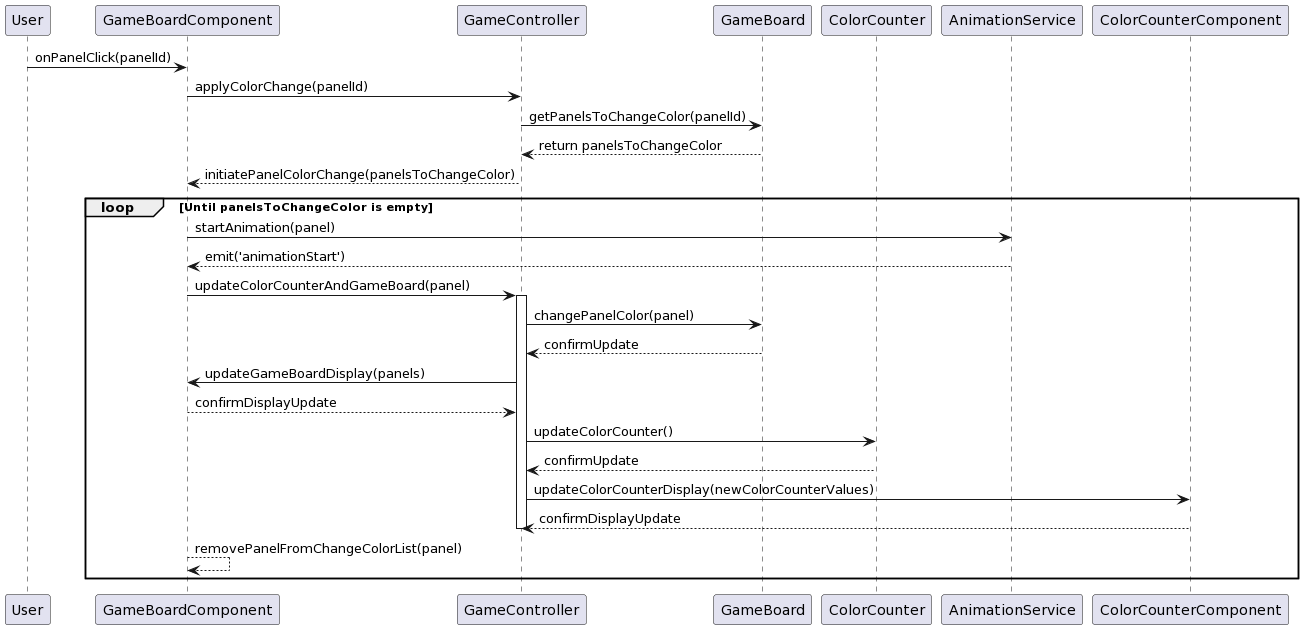
AkamatsuYuu1987/TS-Attack25 keeps this PlantUML diagram as docs/GamePlayInteractionFlow.png. Above is the earlier version.
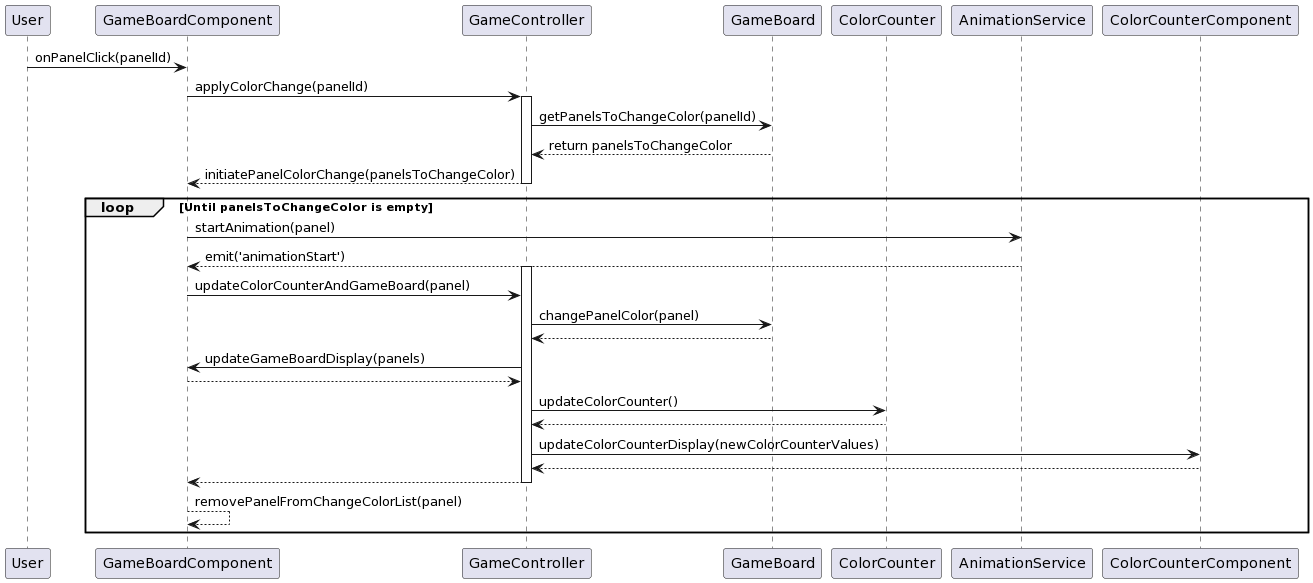
Later version of the same file.

Commit message:
不要なアクションを削除

What changed in the source:
```diff
@@ -9,22 +9,25 @@
 
 User -> GameBoardComponent : onPanelClick(panelId)
 GameBoardComponent -> GameController : applyColorChange(panelId)
+activate GameController
 GameController -> GameBoard : getPanelsToChangeColor(panelId)
 GameBoard --> GameController : return panelsToChangeColor
 GameController --> GameBoardComponent : initiatePanelColorChange(panelsToChangeColor)
+deactivate GameController
 loop Until panelsToChangeColor is empty
     GameBoardComponent -> AnimationService : startAnimation(panel)
     AnimationService --> GameBoardComponent : emit('animationStart')
+    activate GameController
     GameBoardComponent -> GameController : updateColorCounterAndGameBoard(panel)
-    activate GameController
     GameController -> GameBoard : changePanelColor(panel)
-    GameBoard --> GameController : confirmUpdate
+    GameBoard --> GameController
     GameController -> GameBoardComponent : updateGameBoardDisplay(panels)
-    GameBoardComponent --> GameController : confirmDisplayUpdate
+    GameBoardComponent --> GameController
     GameController -> ColorCounter : updateColorCounter()
-    ColorCounter --> GameController : confirmUpdate
+    ColorCounter --> GameController
     GameController -> ColorCounterComponent : updateColorCounterDisplay(newColorCounterValues)
-    ColorCounterComponent --> GameController : confirmDisplayUpdate
+    ColorCounterComponent --> GameController
+    GameController --> GameBoardComponent
     deactivate GameController
     GameBoardComponent --> GameBoardComponent : removePanelFromChangeColorList(panel)
 end
```
